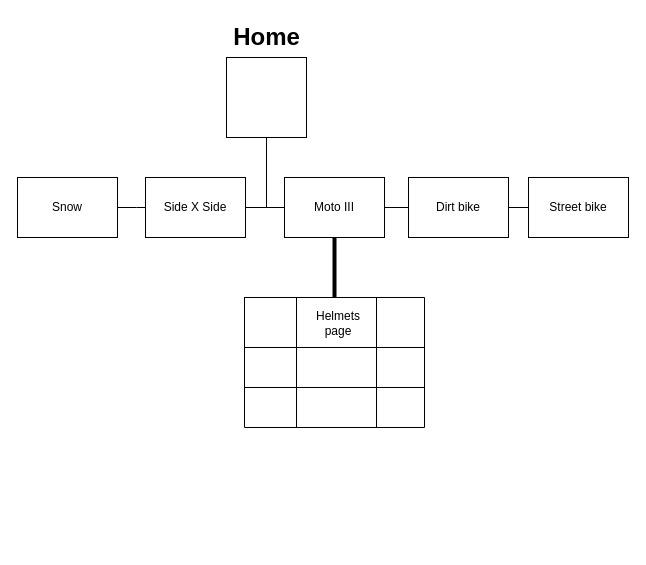
The draw.io diagram src/Bell Helmets.drawio in AranBeitia/bell-helmets, before the edit. Source tidied: cells renumbered, new cells numbered last; positions are measured from the earlier drawing's top-left corner, leaving out a move shared by most shapes. Both pictures are drawn from the tidied source at 100%, with x=0, y=0 at pixel (17, 17).
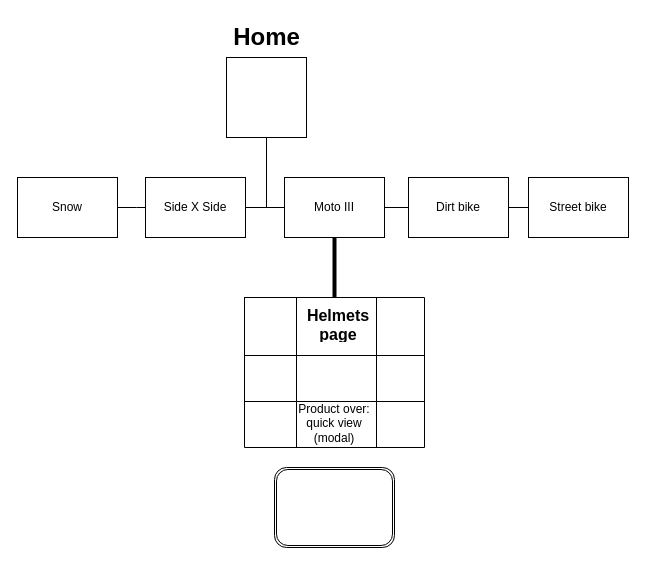
After the change.

The edit, as a diff of the source:
```diff
@@
     <mxCell id="12" style="shape=table;html=1;whiteSpace=wrap;startSize=0;childLayout=tableLayout;" parent="1" vertex="1">
-      <mxGeometry x="227" y="280" width="180" height="130" as="geometry" />
+      <mxGeometry x="227" y="280" width="180" height="150" as="geometry" />
     </mxCell>
     <mxCell id="13" style="shape=partialRectangle;html=1;whiteSpace=wrap;fillColor=none;top=0;left=0;bottom=0;right=0;" parent="12" vertex="1">
-      <mxGeometry width="180" height="50" as="geometry" />
+      <mxGeometry width="180" height="58" as="geometry" />
     </mxCell>
     <mxCell id="14" style="shape=partialRectangle;html=1;whiteSpace=wrap;fillColor=none;top=0;left=0;bottom=0;right=0;overflow=hidden;" parent="13" vertex="1">
-      <mxGeometry width="52" height="50" as="geometry" />
+      <mxGeometry width="52" height="58" as="geometry" />
     </mxCell>
     <mxCell id="15" style="shape=partialRectangle;html=1;whiteSpace=wrap;fillColor=none;top=0;left=0;bottom=0;right=0;overflow=hidden;" parent="13" vertex="1">
-      <mxGeometry x="52" width="80" height="50" as="geometry" />
+      <mxGeometry x="52" width="80" height="58" as="geometry" />
     </mxCell>
     <mxCell id="16" style="shape=partialRectangle;html=1;whiteSpace=wrap;fillColor=none;top=0;left=0;bottom=0;right=0;overflow=hidden;" parent="13" vertex="1">
-      <mxGeometry x="132" width="48" height="50" as="geometry" />
+      <mxGeometry x="132" width="48" height="58" as="geometry" />
     </mxCell>
     <mxCell id="17" style="shape=partialRectangle;html=1;whiteSpace=wrap;fillColor=none;top=0;left=0;bottom=0;right=0;" parent="12" vertex="1">
-      <mxGeometry y="50" width="180" height="40" as="geometry" />
+      <mxGeometry y="58" width="180" height="46" as="geometry" />
     </mxCell>
     <mxCell id="18" style="shape=partialRectangle;html=1;whiteSpace=wrap;fillColor=none;top=0;left=0;bottom=0;right=0;overflow=hidden;" parent="17" vertex="1">
-      <mxGeometry width="52" height="40" as="geometry" />
+      <mxGeometry width="52" height="46" as="geometry" />
     </mxCell>
     <mxCell id="19" style="shape=partialRectangle;html=1;whiteSpace=wrap;fillColor=none;top=0;left=0;bottom=0;right=0;overflow=hidden;" parent="17" vertex="1">
-      <mxGeometry x="52" width="80" height="40" as="geometry" />
+      <mxGeometry x="52" width="80" height="46" as="geometry" />
     </mxCell>
     <mxCell id="20" style="shape=partialRectangle;html=1;whiteSpace=wrap;fillColor=none;top=0;left=0;bottom=0;right=0;overflow=hidden;" parent="17" vertex="1">
-      <mxGeometry x="132" width="48" height="40" as="geometry" />
+      <mxGeometry x="132" width="48" height="46" as="geometry" />
     </mxCell>
     <mxCell id="21" style="shape=partialRectangle;html=1;whiteSpace=wrap;fillColor=none;top=0;left=0;bottom=0;right=0;" parent="12" vertex="1">
-      <mxGeometry y="90" width="180" height="40" as="geometry" />
+      <mxGeometry y="104" width="180" height="46" as="geometry" />
     </mxCell>
     <mxCell id="22" style="shape=partialRectangle;html=1;whiteSpace=wrap;fillColor=none;top=0;left=0;bottom=0;right=0;overflow=hidden;" parent="21" vertex="1">
-      <mxGeometry width="52" height="40" as="geometry" />
+      <mxGeometry width="52" height="46" as="geometry" />
     </mxCell>
     <mxCell id="23" style="shape=partialRectangle;html=1;whiteSpace=wrap;fillColor=none;top=0;left=0;bottom=0;right=0;overflow=hidden;" parent="21" vertex="1">
-      <mxGeometry x="52" width="80" height="40" as="geometry" />
+      <mxGeometry x="52" width="80" height="46" as="geometry" />
     </mxCell>
     <mxCell id="24" style="shape=partialRectangle;html=1;whiteSpace=wrap;fillColor=none;top=0;left=0;bottom=0;right=0;overflow=hidden;" parent="21" vertex="1">
-      <mxGeometry x="132" width="48" height="40" as="geometry" />
+      <mxGeometry x="132" width="48" height="46" as="geometry" />
     </mxCell>
-    <mxCell id="25" value="Helmets &lt;br&gt;page" style="text;html=1;strokeColor=none;fillColor=none;align=center;verticalAlign=middle;whiteSpace=wrap;overflow=hidden;" parent="1" vertex="1">
+    <mxCell id="25" value="&lt;b style=&quot;font-size: 16px&quot;&gt;Helmets &lt;br&gt;&lt;font style=&quot;font-size: 16px&quot;&gt;page&lt;/font&gt;&lt;/b&gt;" style="text;html=1;strokeColor=none;fillColor=none;align=center;verticalAlign=middle;whiteSpace=wrap;overflow=hidden;" parent="1" vertex="1">
       <mxGeometry x="281" y="286" width="80" height="40" as="geometry" />
     </mxCell>
@@
+    <mxCell id="27" value="Product over:&lt;br&gt;quick view (modal)" style="text;html=1;strokeColor=none;fillColor=none;align=center;verticalAlign=middle;whiteSpace=wrap;overflow=hidden;" parent="1" vertex="1">
+      <mxGeometry x="277" y="381" width="80" height="50" as="geometry" />
+    </mxCell>
+    <mxCell id="28" style="shape=ext;double=1;rounded=1;whiteSpace=wrap;html=1;fontSize=16;" parent="1" vertex="1">
+      <mxGeometry x="257" y="450" width="120" height="80" as="geometry" />
+    </mxCell>
```
